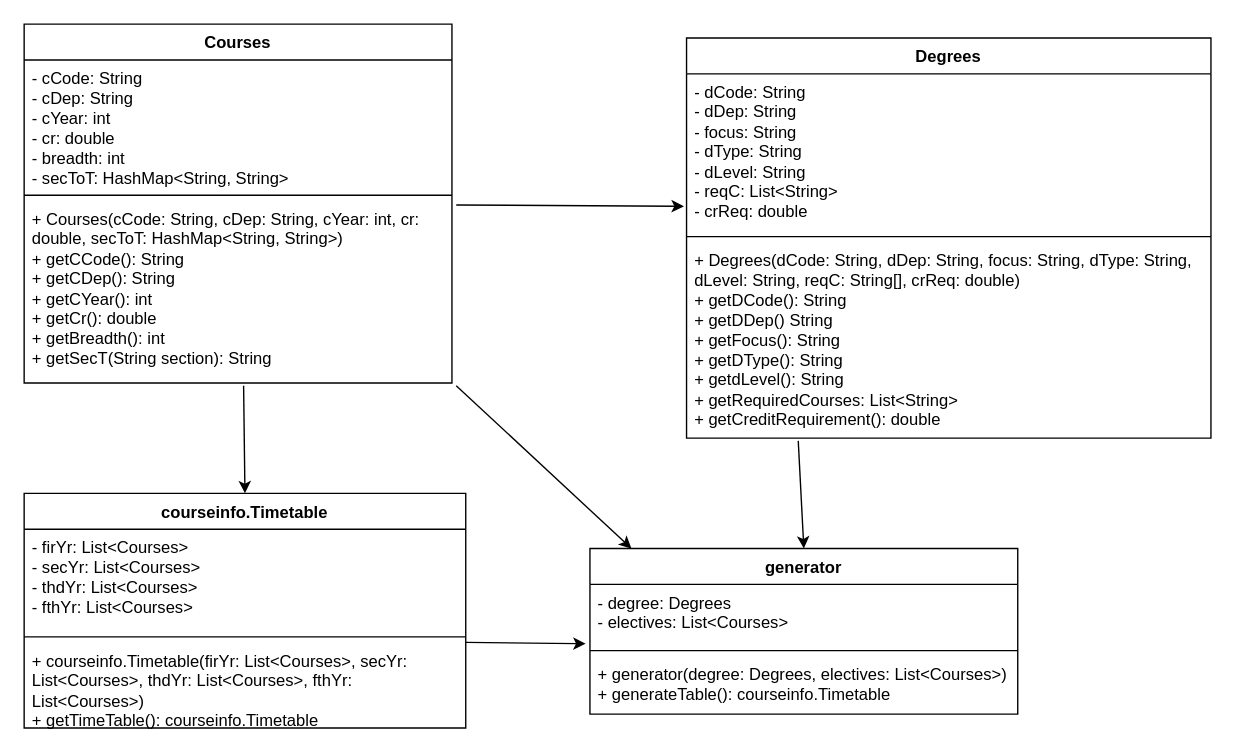
Before: UML Diagram.drawio in LuWang95/team-project, a draw.io diagram. Source tidied: cells renumbered, new cells numbered last; positions are measured from the earlier drawing's top-left corner, leaving out a move shared by most shapes. Both pictures are drawn from the tidied source at 138%, with x=0, y=0 at pixel (23, 23).
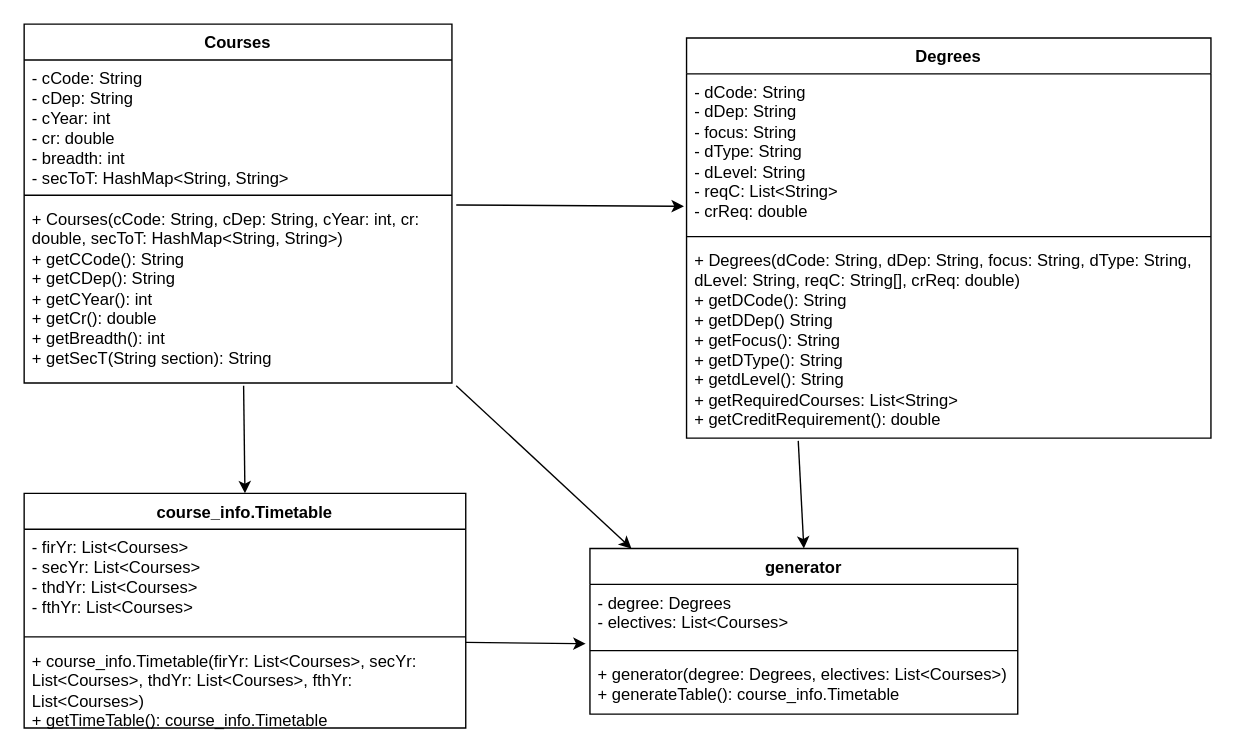
After the change.

Unchanged cells that the change refers to:
```xml
<mxCell id="10" value="generator" style="swimlane;fontStyle=1;align=center;verticalAlign=top;horizontal=1;startSize=26;whiteSpace=wrap;html=1;" parent="1" vertex="1">
  <mxGeometry x="410" y="380" width="310" height="120" as="geometry" />
</mxCell>
```

Diff of the diagram source:
```diff
@@
-    <mxCell id="13" value="+ generator(degree: Degrees, electives: List&amp;lt;Courses&amp;gt;)&lt;div&gt;+ generateTable(): courseinfo.Timetable&lt;/div&gt;" style="text;strokeColor=none;fillColor=none;align=left;verticalAlign=top;spacingLeft=4;spacingRight=4;overflow=hidden;whiteSpace=wrap;html=1;" parent="10" vertex="1">
+    <mxCell id="13" value="+ generator(degree: Degrees, electives: List&amp;lt;Courses&amp;gt;)&lt;div&gt;+ generateTable(): course_info.Timetable&lt;/div&gt;" style="text;strokeColor=none;fillColor=none;align=left;verticalAlign=top;spacingLeft=4;spacingRight=4;overflow=hidden;whiteSpace=wrap;html=1;" parent="10" vertex="1">
       <mxGeometry y="78" width="310" height="42" as="geometry" />
     </mxCell>
-    <mxCell id="14" value="courseinfo.Timetable" style="swimlane;fontStyle=1;align=center;verticalAlign=top;horizontal=1;startSize=26;whiteSpace=wrap;html=1;" parent="1" vertex="1">
+    <mxCell id="14" value="course_info.Timetable" style="swimlane;fontStyle=1;align=center;verticalAlign=top;horizontal=1;startSize=26;whiteSpace=wrap;html=1;" parent="1" vertex="1">
       <mxGeometry y="340" width="320" height="170" as="geometry" />
     </mxCell>
@@
-    <mxCell id="17" value="+ courseinfo.Timetable(firYr: List&amp;lt;Courses&amp;gt;, secYr: List&amp;lt;Courses&amp;gt;, thdYr: List&amp;lt;Courses&amp;gt;, fthYr: List&amp;lt;Courses&amp;gt;)&lt;div&gt;+ getTimeTable(): courseinfo.Timetable&amp;nbsp;&lt;/div&gt;" style="text;strokeColor=none;fillColor=none;align=left;verticalAlign=top;spacingLeft=4;spacingRight=4;overflow=hidden;points=[[0,0.5],[1,0.5]];portConstraint=eastwest;whiteSpace=wrap;html=1;" parent="14" vertex="1">
+    <mxCell id="17" value="+ course_info.Timetable(firYr: List&amp;lt;Courses&amp;gt;, secYr: List&amp;lt;Courses&amp;gt;, thdYr: List&amp;lt;Courses&amp;gt;, fthYr: List&amp;lt;Courses&amp;gt;)&lt;div&gt;+ getTimeTable(): course_info.Timetable&amp;nbsp;&lt;/div&gt;" style="text;strokeColor=none;fillColor=none;align=left;verticalAlign=top;spacingLeft=4;spacingRight=4;overflow=hidden;points=[[0,0.5],[1,0.5]];portConstraint=eastwest;whiteSpace=wrap;html=1;" parent="14" vertex="1">
       <mxGeometry y="108" width="320" height="62" as="geometry" />
     </mxCell>
```
